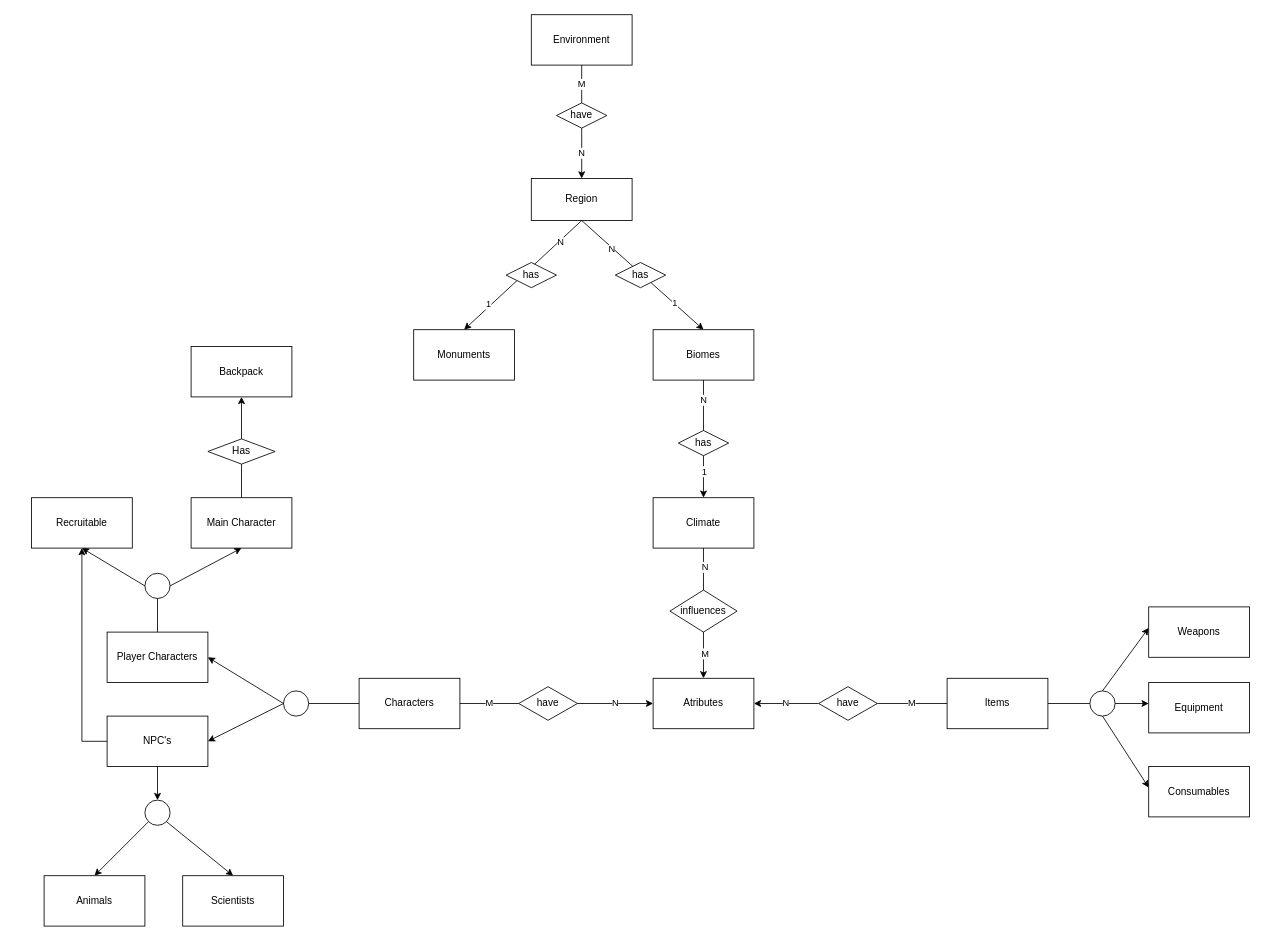
SBD1/Grupo_9_Rust keeps this draw.io diagram as Untitled Diagram.drawio. Above is the earlier version. Source tidied: cells renumbered, new cells numbered last; positions are measured from the earlier drawing's top-left corner, leaving out a move shared by most shapes. Both pictures are drawn from the tidied source at 84%, with x=0, y=0 at pixel (31, 14).
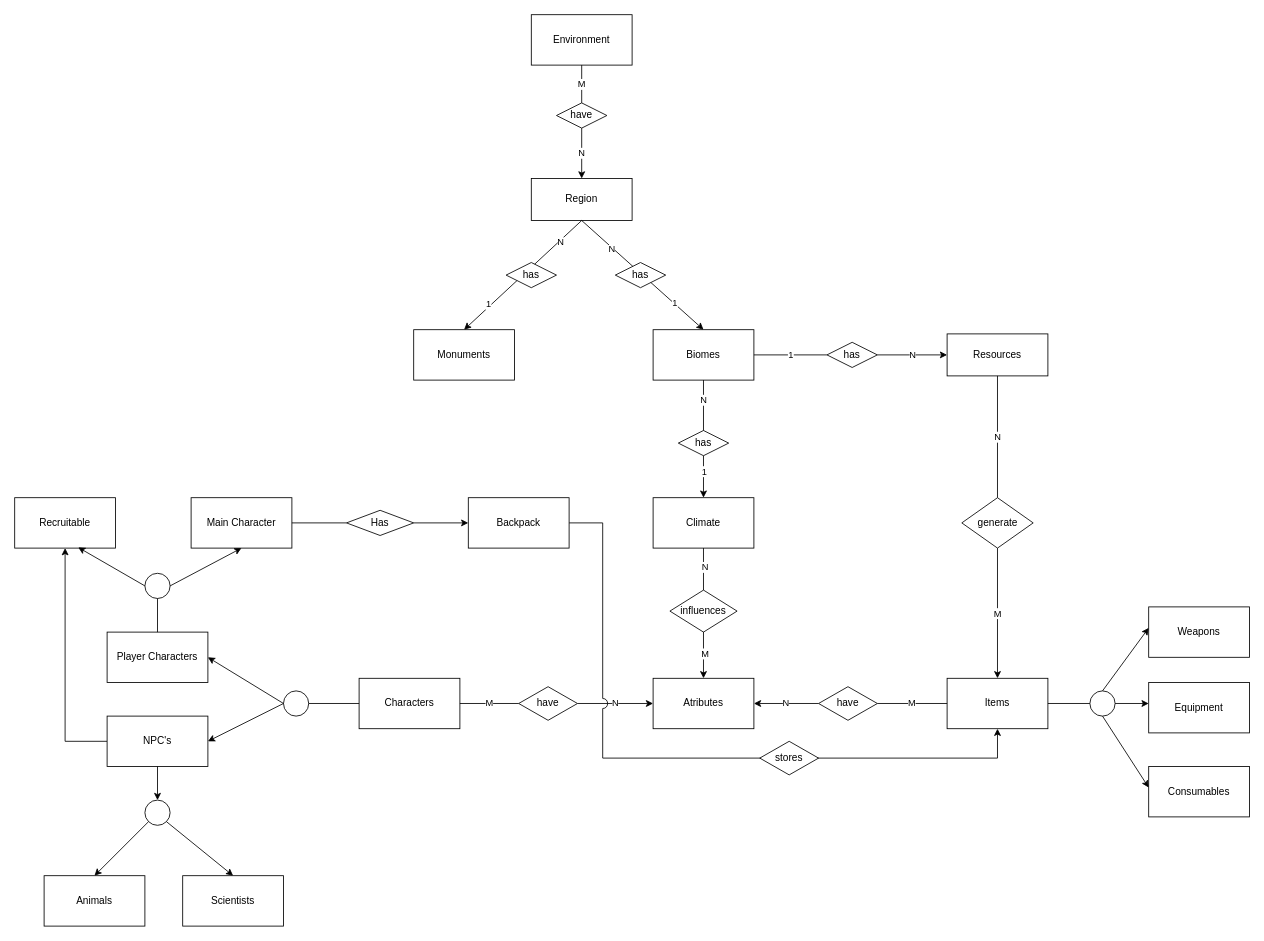
After the change.

Commit message:
Adding resources and updating backpack relationships

The change refers to these unchanged cells:
```xml
<mxCell id="2" value="Items" style="rounded=0;whiteSpace=wrap;html=1;" parent="1" vertex="1">
  <mxGeometry x="1090" y="790" width="120" height="60" as="geometry" />
</mxCell>
<mxCell id="13" value="NPC's" style="rounded=0;whiteSpace=wrap;html=1;" parent="1" vertex="1">
  <mxGeometry x="90" y="835" width="120" height="60" as="geometry" />
</mxCell>
<mxCell id="25" value="Main Character" style="rounded=0;whiteSpace=wrap;html=1;" parent="1" vertex="1">
  <mxGeometry x="190" y="575" width="120" height="60" as="geometry" />
</mxCell>
<mxCell id="26" style="ellipse;whiteSpace=wrap;html=1;" parent="1" vertex="1">
  <mxGeometry x="135" y="665" width="30" height="30" as="geometry" />
</mxCell>
<mxCell id="44" value="Biomes" style="rounded=0;whiteSpace=wrap;html=1;" parent="1" vertex="1">
  <mxGeometry x="740" y="375" width="120" height="60" as="geometry" />
</mxCell>
```

What changed in the source:
```diff
@@
+    <mxCell id="30" style="edgeStyle=orthogonalEdgeStyle;rounded=0;jumpStyle=arc;jumpSize=12;jettySize=auto;html=1;exitX=0;exitY=0.5;exitDx=0;exitDy=0;entryX=0.5;entryY=1;entryDx=0;entryDy=0;" parent="1" edge="1" source="13" target="24">
+      <mxGeometry relative="1" as="geometry" />
+    </mxCell>
@@
     <mxCell id="24" value="Recruitable" style="rounded=0;whiteSpace=wrap;html=1;" parent="1" vertex="1">
-      <mxGeometry y="575" width="120" height="60" as="geometry" />
+      <mxGeometry x="-20" y="575" width="120" height="60" as="geometry" />
     </mxCell>
@@
-    <mxCell id="29" style="endArrow=classic;html=1;rounded=0;entryX=0.5;entryY=1;entryDx=0;entryDy=0;exitX=0;exitY=0.5;exitDx=0;exitDy=0;" parent="1" edge="1" source="26" target="24">
+    <mxCell id="29" style="endArrow=classic;html=1;rounded=0;entryX=0.63;entryY=0.986;entryDx=0;entryDy=0;exitX=0;exitY=0.5;exitDx=0;exitDy=0;entryPerimeter=0;" parent="1" edge="1" source="26" target="24">
       <mxGeometry relative="1" as="geometry" />
     </mxCell>
-    <mxCell id="30" style="endArrow=classic;html=1;rounded=0;exitX=0;exitY=0.5;exitDx=0;exitDy=0;entryX=0.5;entryY=1;entryDx=0;entryDy=0;" parent="1" edge="1" source="13" target="24">
-      <mxGeometry relative="1" as="geometry">
-        <Array as="points">
-          <mxPoint x="60" y="865" />
-        </Array>
-      </mxGeometry>
-    </mxCell>
@@
+    <mxCell id="67" style="edgeStyle=orthogonalEdgeStyle;rounded=0;jettySize=auto;html=1;exitX=1;exitY=0.5;exitDx=0;exitDy=0;entryX=0.5;entryY=1;entryDx=0;entryDy=0;jumpStyle=arc;jumpSize=12;" parent="1" edge="1" source="38" target="2">
+      <mxGeometry relative="1" as="geometry">
+        <Array as="points">
+          <mxPoint x="680" y="605" />
+          <mxPoint x="680" y="885" />
+          <mxPoint x="1150" y="885" />
+        </Array>
+      </mxGeometry>
+    </mxCell>
     <mxCell id="38" value="Backpack" style="rounded=0;whiteSpace=wrap;html=1;" parent="1" vertex="1">
-      <mxGeometry x="190" y="395" width="120" height="60" as="geometry" />
+      <mxGeometry x="520" y="575" width="120" height="60" as="geometry" />
     </mxCell>
-    <mxCell id="39" style="endArrow=classic;html=1;rounded=0;exitX=0.5;exitY=0;exitDx=0;exitDy=0;entryX=0.5;entryY=1;entryDx=0;entryDy=0;startArrow=none;" parent="1" edge="1" source="40" target="38">
+    <mxCell id="39" style="endArrow=classic;html=1;rounded=0;exitX=1;exitY=0.5;exitDx=0;exitDy=0;entryX=0;entryY=0.5;entryDx=0;entryDy=0;startArrow=none;" parent="1" edge="1" source="40" target="38">
       <mxGeometry relative="1" as="geometry" />
     </mxCell>
     <mxCell id="40" value="Has" style="rhombus;whiteSpace=wrap;html=1;" parent="1" vertex="1">
-      <mxGeometry x="210" y="505" width="80" height="30" as="geometry" />
+      <mxGeometry x="375" y="590" width="80" height="30" as="geometry" />
     </mxCell>
-    <mxCell id="41" style="endArrow=none;html=1;rounded=0;exitX=0.5;exitY=0;exitDx=0;exitDy=0;entryX=0.5;entryY=1;entryDx=0;entryDy=0;" parent="1" edge="1" source="25" target="40">
+    <mxCell id="41" style="endArrow=none;html=1;rounded=0;exitX=1;exitY=0.5;exitDx=0;exitDy=0;entryX=0;entryY=0.5;entryDx=0;entryDy=0;" parent="1" edge="1" source="25" target="40">
       <mxGeometry relative="1" as="geometry" />
     </mxCell>
@@
+    <mxCell id="68" value="N" style="edgeStyle=orthogonalEdgeStyle;rounded=0;jettySize=auto;html=1;exitX=1;exitY=0.5;exitDx=0;exitDy=0;entryX=0;entryY=0.5;entryDx=0;entryDy=0;startArrow=none;" parent="1" edge="1" source="71" target="70">
+      <mxGeometry relative="1" as="geometry" />
+    </mxCell>
@@
+    <mxCell id="69" value="M" style="edgeStyle=orthogonalEdgeStyle;rounded=0;jettySize=auto;html=1;exitX=0.5;exitY=1;exitDx=0;exitDy=0;entryX=0.5;entryY=0;entryDx=0;entryDy=0;startArrow=none;" parent="1" edge="1" source="73" target="2">
+      <mxGeometry relative="1" as="geometry" />
+    </mxCell>
+    <mxCell id="70" value="Resources" style="rounded=0;whiteSpace=wrap;html=1;" parent="1" vertex="1">
+      <mxGeometry x="1090" y="380" width="120" height="50" as="geometry" />
+    </mxCell>
+    <mxCell id="71" value="has" style="rhombus;whiteSpace=wrap;html=1;" parent="1" vertex="1">
+      <mxGeometry x="947" y="390" width="60" height="30" as="geometry" />
+    </mxCell>
+    <mxCell id="72" value="1" style="edgeStyle=orthogonalEdgeStyle;rounded=0;jettySize=auto;html=1;exitX=1;exitY=0.5;exitDx=0;exitDy=0;entryX=0;entryY=0.5;entryDx=0;entryDy=0;endArrow=none;" parent="1" edge="1" source="44" target="71">
+      <mxGeometry relative="1" as="geometry" />
+    </mxCell>
+    <mxCell id="73" value="generate" style="rhombus;whiteSpace=wrap;html=1;" parent="1" vertex="1">
+      <mxGeometry x="1107.5" y="575" width="85" height="60" as="geometry" />
+    </mxCell>
+    <mxCell id="74" value="N" style="edgeStyle=orthogonalEdgeStyle;rounded=0;jettySize=auto;html=1;exitX=0.5;exitY=1;exitDx=0;exitDy=0;entryX=0.5;entryY=0;entryDx=0;entryDy=0;endArrow=none;" parent="1" edge="1" source="70" target="73">
+      <mxGeometry relative="1" as="geometry" />
+    </mxCell>
+    <mxCell id="75" value="stores" style="rhombus;whiteSpace=wrap;html=1;" parent="1" vertex="1">
+      <mxGeometry x="867" y="865" width="70" height="40" as="geometry" />
+    </mxCell>
```
